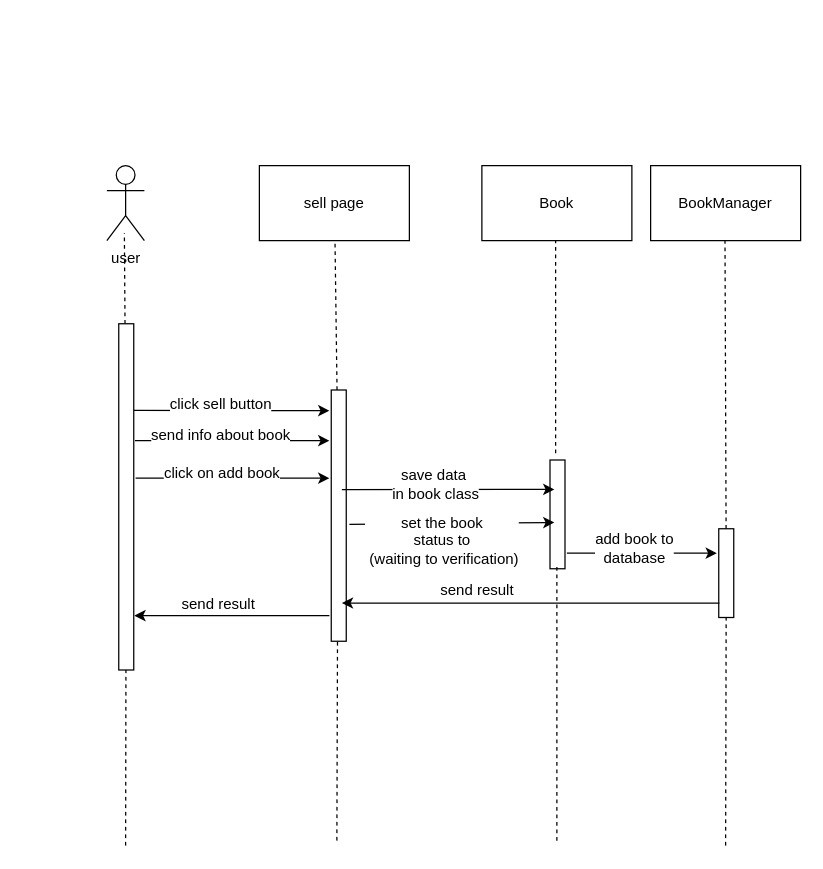
m-bassiri/HamyarApp keeps this draw.io diagram as Communication Diagram/communication-diagram-add-book-for-sell.drawio. Above is the earlier version. Source tidied: cells renumbered, new cells numbered last; positions are measured from the earlier drawing's top-left corner, leaving out a move shared by most shapes. Both pictures are drawn from the tidied source at 125%, with x=0, y=0 at pixel (-48, 165).
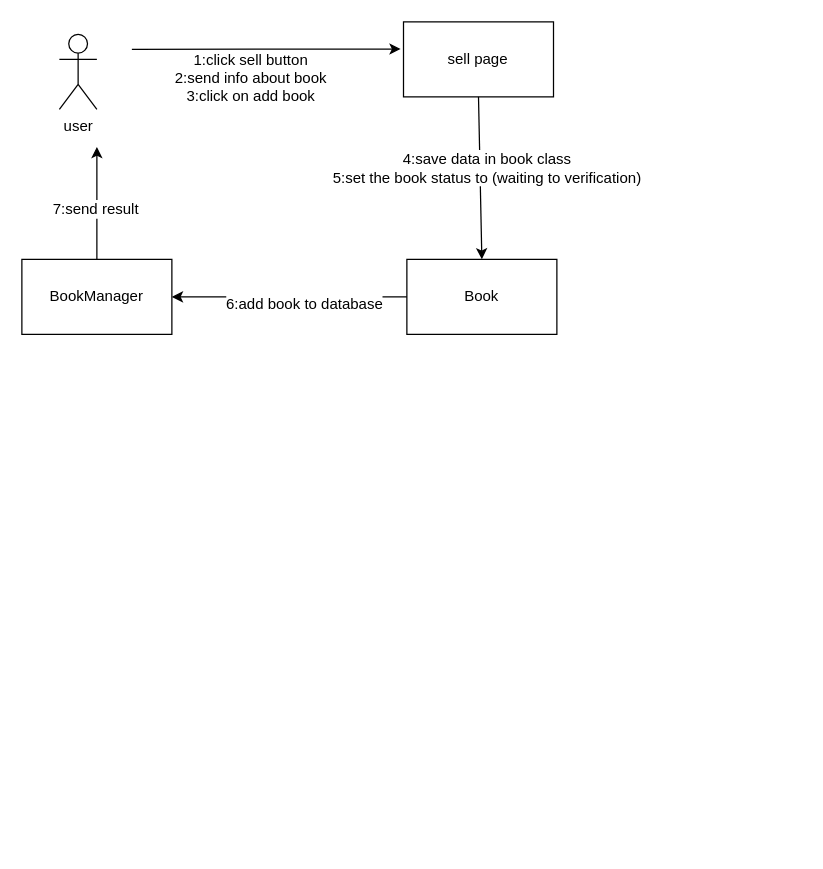
After the change.

What changed in the source:
```diff
@@
-    <mxCell id="2" value="user" style="shape=umlActor;verticalLabelPosition=bottom;labelBackgroundColor=#ffffff;verticalAlign=top;html=1;" parent="1" vertex="1">
-      <mxGeometry x="123" width="30" height="60" as="geometry" />
-    </mxCell>
-    <mxCell id="3" style="endArrow=none;dashed=1;html=1;" parent="1" edge="1" source="9">
-      <mxGeometry relative="1" as="geometry">
-        <mxPoint x="137" y="54" as="targetPoint" />
-      </mxGeometry>
-    </mxCell>
     <mxCell id="4" value="&lt;span&gt;BookManager&lt;/span&gt;" style="rounded=0;whiteSpace=wrap;html=1;" parent="1" vertex="1">
-      <mxGeometry x="558" width="120" height="60" as="geometry" />
+      <mxGeometry x="55" y="75" width="120" height="60" as="geometry" />
     </mxCell>
-    <mxCell id="5" style="endArrow=none;dashed=1;html=1;" parent="1" edge="1" source="26">
-      <mxGeometry relative="1" as="geometry">
-        <mxPoint x="617.5" y="60" as="targetPoint" />
-      </mxGeometry>
-    </mxCell>
-    <mxCell id="6" style="endArrow=none;dashed=1;html=1;" parent="1" edge="1" source="11">
-      <mxGeometry relative="1" as="geometry">
-        <mxPoint x="305.5" y="60" as="targetPoint" />
-      </mxGeometry>
-    </mxCell>
-    <mxCell id="7" style="endArrow=classic;html=1;exitX=0.75;exitY=1;exitDx=0;exitDy=0;" parent="1" edge="1" source="9">
-      <mxGeometry relative="1" as="geometry">
-        <mxPoint x="301" y="196" as="targetPoint" />
-      </mxGeometry>
-    </mxCell>
-    <mxCell id="8" value="click sell button&lt;br&gt;" style="text;html=1;align=center;verticalAlign=middle;labelBackgroundColor=#ffffff;" parent="7" vertex="1">
-      <mxGeometry x="-0.12" y="5" relative="1" as="geometry" />
-    </mxCell>
-    <mxCell id="9" style="rounded=0;whiteSpace=wrap;html=1;rotation=-90;" parent="1" vertex="1">
-      <mxGeometry y="259" width="277" height="12" as="geometry" />
-    </mxCell>
-    <mxCell id="10" style="endArrow=none;dashed=1;html=1;" parent="1" edge="1" target="9">
-      <mxGeometry relative="1" as="geometry">
-        <mxPoint x="138" y="544" as="sourcePoint" />
-      </mxGeometry>
-    </mxCell>
-    <mxCell id="11" style="rounded=0;whiteSpace=wrap;html=1;rotation=-90;" parent="1" vertex="1">
-      <mxGeometry x="208" y="274" width="201" height="12" as="geometry" />
-    </mxCell>
     <mxCell id="12" value="sell page" style="rounded=0;whiteSpace=wrap;html=1;" parent="1" vertex="1">
-      <mxGeometry x="245" width="120" height="60" as="geometry" />
+      <mxGeometry x="360.3" y="-115" width="120" height="60" as="geometry" />
     </mxCell>
-    <mxCell id="13" style="endArrow=classic;html=1;exitX=0.75;exitY=1;exitDx=0;exitDy=0;" parent="1" edge="1">
-      <mxGeometry relative="1" as="geometry">
-        <mxPoint x="145.5" y="220" as="sourcePoint" />
-        <mxPoint x="301" y="220" as="targetPoint" />
-      </mxGeometry>
-    </mxCell>
-    <mxCell id="14" value="send info about book&lt;br&gt;" style="text;html=1;align=center;verticalAlign=middle;labelBackgroundColor=#ffffff;" parent="13" vertex="1">
-      <mxGeometry x="-0.12" y="5" relative="1" as="geometry" />
-    </mxCell>
     <mxCell id="15" value="Book" style="rounded=0;whiteSpace=wrap;html=1;" parent="1" vertex="1">
-      <mxGeometry x="423" width="120" height="60" as="geometry" />
+      <mxGeometry x="363" y="75" width="120" height="60" as="geometry" />
     </mxCell>
-    <mxCell id="16" style="endArrow=none;dashed=1;html=1;" parent="1" edge="1">
-      <mxGeometry relative="1" as="geometry">
-        <mxPoint x="482" y="230" as="sourcePoint" />
-        <mxPoint x="482" y="60" as="targetPoint" />
-      </mxGeometry>
-    </mxCell>
-    <mxCell id="17" style="rounded=0;whiteSpace=wrap;html=1;rotation=-90;" parent="1" vertex="1">
-      <mxGeometry x="440" y="273" width="87" height="12" as="geometry" />
-    </mxCell>
-    <mxCell id="18" style="endArrow=classic;html=1;exitX=0.75;exitY=1;exitDx=0;exitDy=0;" parent="1" edge="1">
-      <mxGeometry relative="1" as="geometry">
-        <mxPoint x="146" y="250" as="sourcePoint" />
-        <mxPoint x="301" y="250" as="targetPoint" />
-      </mxGeometry>
-    </mxCell>
-    <mxCell id="19" value="click on add book" style="text;html=1;align=center;verticalAlign=middle;labelBackgroundColor=#ffffff;" parent="18" vertex="1">
-      <mxGeometry x="-0.12" y="5" relative="1" as="geometry" />
-    </mxCell>
-    <mxCell id="20" style="endArrow=classic;html=1;exitX=0.604;exitY=0.708;exitDx=0;exitDy=0;exitPerimeter=0;" parent="1" edge="1" source="11">
-      <mxGeometry relative="1" as="geometry">
-        <mxPoint x="481" y="259" as="targetPoint" />
-      </mxGeometry>
-    </mxCell>
-    <mxCell id="21" value="save data&amp;nbsp;&lt;br&gt;in book class&lt;br&gt;" style="text;html=1;align=center;verticalAlign=middle;labelBackgroundColor=#ffffff;" parent="20" vertex="1">
-      <mxGeometry x="-0.12" y="5" relative="1" as="geometry" />
-    </mxCell>
-    <mxCell id="22" style="endArrow=classic;html=1;exitX=0.465;exitY=1.208;exitDx=0;exitDy=0;exitPerimeter=0;" parent="1" edge="1" source="11">
-      <mxGeometry relative="1" as="geometry">
-        <mxPoint x="481" y="285.5" as="targetPoint" />
-      </mxGeometry>
-    </mxCell>
-    <mxCell id="23" value="set the book&lt;br&gt;status to&lt;br&gt;&amp;nbsp;(waiting to verification)&lt;br&gt;" style="text;html=1;align=center;verticalAlign=middle;labelBackgroundColor=#ffffff;" parent="22" vertex="1">
-      <mxGeometry x="-0.12" y="5" relative="1" as="geometry">
-        <mxPoint x="2" y="18.5" as="offset" />
-      </mxGeometry>
-    </mxCell>
-    <mxCell id="24" style="endArrow=classic;html=1;exitX=0.75;exitY=1;exitDx=0;exitDy=0;" parent="1" edge="1">
-      <mxGeometry relative="1" as="geometry">
-        <mxPoint x="491" y="310" as="sourcePoint" />
-        <mxPoint x="611" y="310" as="targetPoint" />
-      </mxGeometry>
+    <mxCell id="24" style="endArrow=classic;html=1;exitX=0;exitY=0.5;exitDx=0;exitDy=0;entryX=1;entryY=0.5;entryDx=0;entryDy=0;" parent="1" edge="1" source="15" target="4">
+      <mxGeometry relative="1" as="geometry" />
     </mxCell>
-    <mxCell id="25" value="add book to&lt;br&gt;database&lt;br&gt;" style="text;html=1;align=center;verticalAlign=middle;labelBackgroundColor=#ffffff;" parent="24" vertex="1">
+    <mxCell id="25" value="6:add book to database&lt;br&gt;" style="text;html=1;align=center;verticalAlign=middle;labelBackgroundColor=#ffffff;" parent="24" vertex="1">
       <mxGeometry x="-0.12" y="5" relative="1" as="geometry" />
     </mxCell>
-    <mxCell id="26" style="rounded=0;whiteSpace=wrap;html=1;rotation=-90;" parent="1" vertex="1">
-      <mxGeometry x="583" y="320" width="71" height="12" as="geometry" />
-    </mxCell>
-    <mxCell id="27" style="endArrow=none;dashed=1;html=1;" parent="1" edge="1" target="26">
-      <mxGeometry relative="1" as="geometry">
-        <mxPoint x="618" y="544" as="sourcePoint" />
-      </mxGeometry>
-    </mxCell>
-    <mxCell id="28" style="endArrow=classic;html=1;entryX=0.152;entryY=0.708;entryDx=0;entryDy=0;entryPerimeter=0;" parent="1" edge="1" target="11">
+    <mxCell id="28" style="endArrow=classic;html=1;exitX=0.5;exitY=0;exitDx=0;exitDy=0;" parent="1" edge="1" source="4">
       <mxGeometry relative="1" as="geometry">
-        <mxPoint x="613" y="350" as="sourcePoint" />
+        <mxPoint x="115" y="-15" as="targetPoint" />
       </mxGeometry>
     </mxCell>
-    <mxCell id="29" value="send result" style="text;html=1;align=center;verticalAlign=middle;labelBackgroundColor=#ffffff;" parent="28" vertex="1">
+    <mxCell id="29" value="7:send result" style="text;html=1;align=center;verticalAlign=middle;labelBackgroundColor=#ffffff;" parent="28" vertex="1">
       <mxGeometry x="-0.12" y="5" relative="1" as="geometry">
-        <mxPoint x="-61" y="-15" as="offset" />
+        <mxPoint x="3" y="-0.5" as="offset" />
       </mxGeometry>
     </mxCell>
-    <mxCell id="30" style="endArrow=classic;html=1;" parent="1" edge="1">
-      <mxGeometry relative="1" as="geometry">
-        <mxPoint x="301" y="360" as="sourcePoint" />
-        <mxPoint x="145" y="360" as="targetPoint" />
-      </mxGeometry>
-    </mxCell>
-    <mxCell id="31" value="send result" style="text;html=1;align=center;verticalAlign=middle;labelBackgroundColor=#ffffff;" parent="30" vertex="1">
-      <mxGeometry x="-0.12" y="5" relative="1" as="geometry">
-        <mxPoint x="-21" y="-15" as="offset" />
-      </mxGeometry>
-    </mxCell>
-    <mxCell id="32" style="endArrow=none;dashed=1;html=1;" parent="1" edge="1">
-      <mxGeometry relative="1" as="geometry">
-        <mxPoint x="483" y="540" as="sourcePoint" />
-        <mxPoint x="483" y="320" as="targetPoint" />
-      </mxGeometry>
-    </mxCell>
-    <mxCell id="33" style="endArrow=none;dashed=1;html=1;" parent="1" edge="1">
-      <mxGeometry relative="1" as="geometry">
-        <mxPoint x="307" y="540" as="sourcePoint" />
-        <mxPoint x="307.5" y="380" as="targetPoint" />
-      </mxGeometry>
-    </mxCell>
+    <mxCell id="2" value="user" style="shape=umlActor;verticalLabelPosition=bottom;labelBackgroundColor=#ffffff;verticalAlign=top;html=1;" parent="1" vertex="1">
+      <mxGeometry x="85" y="-105" width="30" height="60" as="geometry" />
+    </mxCell>
+    <mxCell id="34" style="endArrow=classic;html=1;" parent="1" edge="1">
+      <mxGeometry relative="1" as="geometry">
+        <mxPoint x="143" y="-93" as="sourcePoint" />
+        <mxPoint x="358" y="-93.3" as="targetPoint" />
+      </mxGeometry>
+    </mxCell>
+    <mxCell id="35" value="1:click sell button&lt;br&gt;&lt;span&gt;2:send info about book&lt;br&gt;&lt;/span&gt;&lt;span&gt;3:click on add book&lt;/span&gt;&lt;br&gt;" style="text;html=1;align=center;verticalAlign=middle;labelBackgroundColor=#ffffff;" parent="34" vertex="1">
+      <mxGeometry x="-0.12" y="5" relative="1" as="geometry">
+        <mxPoint y="28" as="offset" />
+      </mxGeometry>
+    </mxCell>
+    <mxCell id="36" style="endArrow=classic;html=1;exitX=0.5;exitY=1;exitDx=0;exitDy=0;" parent="1" edge="1" source="12">
+      <mxGeometry relative="1" as="geometry">
+        <mxPoint x="423" y="75" as="targetPoint" />
+      </mxGeometry>
+    </mxCell>
+    <mxCell id="37" value="4:save data&amp;nbsp;in book class&lt;br&gt;5:set the book status to&amp;nbsp;(waiting to verification)&lt;br&gt;" style="text;html=1;align=center;verticalAlign=middle;labelBackgroundColor=#ffffff;" parent="36" vertex="1">
+      <mxGeometry x="-0.12" y="5" relative="1" as="geometry" />
+    </mxCell>
```
